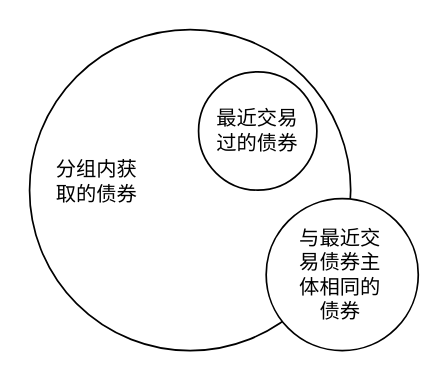
Before: drawio/自动排券-组内数据获取.drawio in happinessandlove/Pic, a draw.io diagram. Source tidied: cells renumbered, new cells numbered last; positions are measured from the earlier drawing's top-left corner, leaving out a move shared by most shapes. Both pictures are drawn from the tidied source at 169%, with x=0, y=0 at pixel (29, 29).
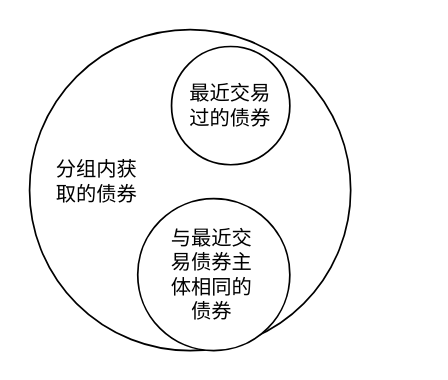
Above is the later version.

Commit message:
Update 自动排券-组内数据获取.drawio

What changed in the source:
```diff
@@
 <mxGraphModel>
   <root>
     <mxCell id="0" />
     <mxCell id="1" parent="0" />
     <mxCell id="2" style="ellipse;whiteSpace=wrap;html=1;" parent="1" vertex="1">
       <mxGeometry width="190" height="190" as="geometry" />
     </mxCell>
     <mxCell id="3" value="分组内获取的债券" style="text;html=1;strokeColor=none;fillColor=none;align=center;verticalAlign=middle;whiteSpace=wrap;rounded=0;" parent="1" vertex="1">
       <mxGeometry x="10" y="75" width="60" height="30" as="geometry" />
     </mxCell>
+    <mxCell id="8" style="group;" parent="1" vertex="1">
+      <mxGeometry x="84" y="10" width="70" height="70" as="geometry" />
+    </mxCell>
-    <mxCell id="4" style="ellipse;whiteSpace=wrap;html=1;" parent="1" vertex="1">
-      <mxGeometry x="100" y="25" width="70" height="70" as="geometry" />
+    <mxCell id="4" style="ellipse;whiteSpace=wrap;html=1;" parent="8" vertex="1">
+      <mxGeometry width="70" height="70" as="geometry" />
     </mxCell>
-    <mxCell id="5" value="最近交易过的债券" style="text;html=1;strokeColor=none;fillColor=none;align=center;verticalAlign=middle;whiteSpace=wrap;rounded=0;" parent="1" vertex="1">
-      <mxGeometry x="105" y="45" width="60" height="30" as="geometry" />
+    <mxCell id="5" value="最近交易过的债券" style="text;html=1;strokeColor=none;fillColor=none;align=center;verticalAlign=middle;whiteSpace=wrap;rounded=0;" parent="8" vertex="1">
+      <mxGeometry x="5" y="20" width="60" height="30" as="geometry" />
     </mxCell>
+    <mxCell id="9" style="group;" parent="1" vertex="1">
+      <mxGeometry x="64" y="100" width="90" height="90" as="geometry" />
+    </mxCell>
-    <mxCell id="6" style="ellipse;whiteSpace=wrap;html=1;" parent="1" vertex="1">
-      <mxGeometry x="140" y="100" width="90" height="90" as="geometry" />
+    <mxCell id="6" style="ellipse;whiteSpace=wrap;html=1;" parent="9" vertex="1">
+      <mxGeometry width="90" height="90" as="geometry" />
     </mxCell>
-    <mxCell id="7" value="与最近交易债券主体相同的债券" style="text;html=1;strokeColor=none;fillColor=none;align=center;verticalAlign=middle;whiteSpace=wrap;rounded=0;" parent="1" vertex="1">
-      <mxGeometry x="154" y="130" width="60" height="30" as="geometry" />
+    <mxCell id="7" value="与最近交易债券主体相同的债券" style="text;html=1;strokeColor=none;fillColor=none;align=center;verticalAlign=middle;whiteSpace=wrap;rounded=0;" parent="9" vertex="1">
+      <mxGeometry x="14" y="30" width="60" height="30" as="geometry" />
     </mxCell>
   </root>
 </mxGraphModel>
```
